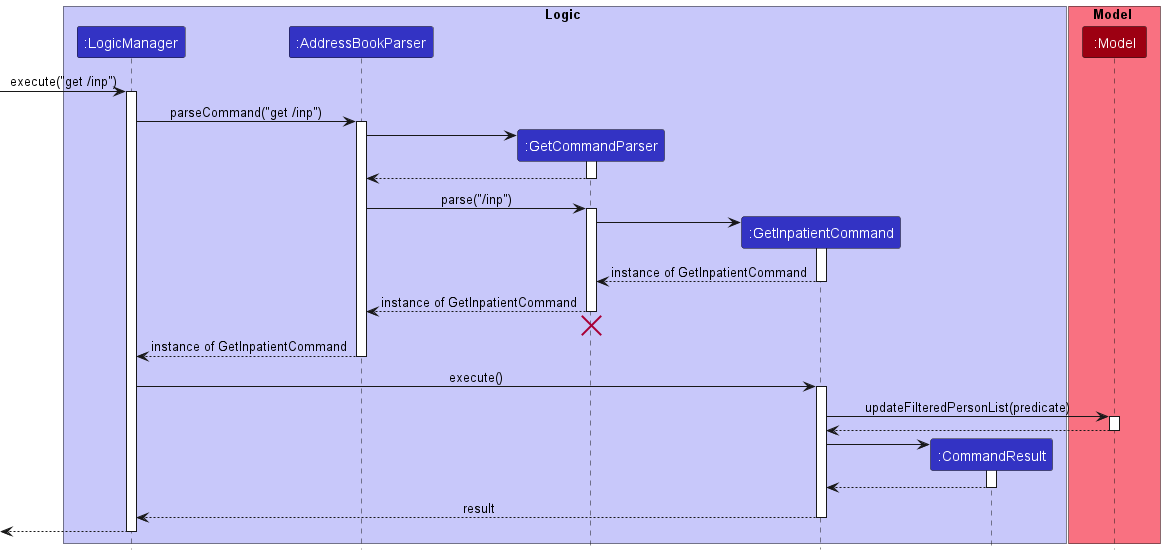
This is docs/images/GetInpatientSequenceDiagram.png from nus-cs2103-AY2223S1/tp, a PlantUML export, as it was before one commit.
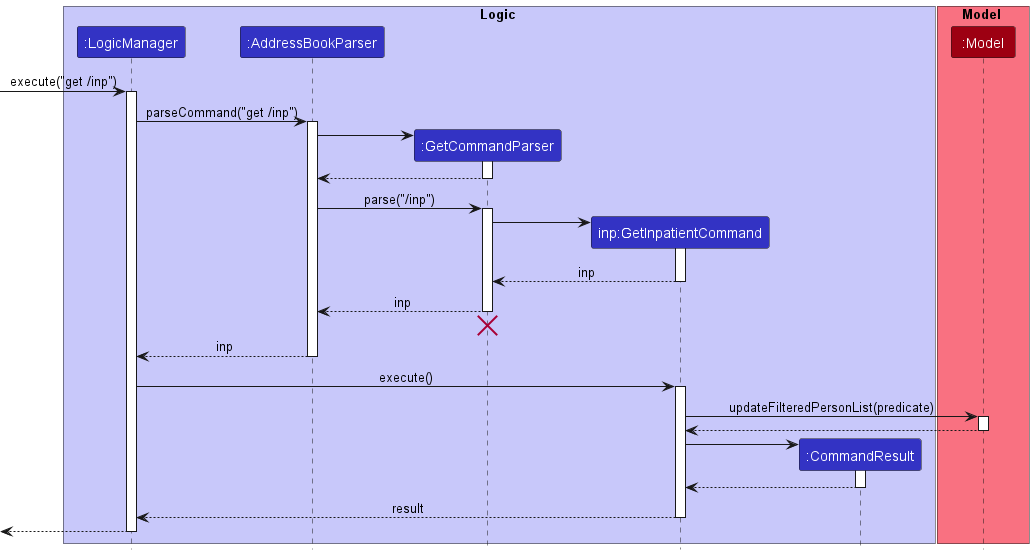
After the change.

What changed in the source:
```diff
@@ -5,7 +5,7 @@
 participant ":LogicManager" as LogicManager LOGIC_COLOR
 participant ":AddressBookParser" as AddressBookParser LOGIC_COLOR
 participant ":GetCommandParser" as GetCommandParser LOGIC_COLOR
-participant ":GetInpatientCommand" as GetInpatientCommand LOGIC_COLOR
+participant "inp:GetInpatientCommand" as GetInpatientCommand LOGIC_COLOR
 participant ":CommandResult" as CommandResult LOGIC_COLOR
 end box
 
@@ -33,15 +33,15 @@
 GetCommandParser -> GetInpatientCommand
 activate GetInpatientCommand
 
-GetInpatientCommand --> GetCommandParser : instance of GetInpatientCommand
+GetInpatientCommand --> GetCommandParser : inp
 deactivate GetInpatientCommand
 
-GetCommandParser --> AddressBookParser : instance of GetInpatientCommand
+GetCommandParser --> AddressBookParser : inp
 deactivate GetCommandParser
 GetCommandParser -[hidden]-> AddressBookParser
 destroy GetCommandParser
 
-AddressBookParser --> LogicManager : instance of GetInpatientCommand
+AddressBookParser --> LogicManager : inp
 deactivate AddressBookParser
 
 LogicManager -> GetInpatientCommand : execute()
```
